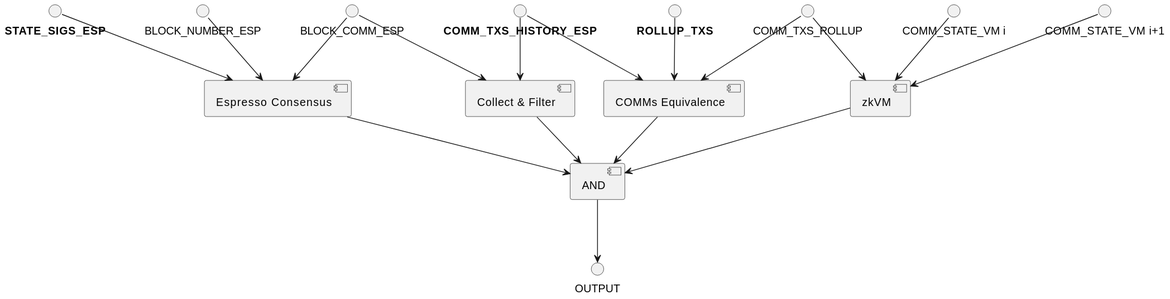
The PlantUML diagram doc/zk-rollup-circuit.svg in EspressoSystems/espresso-sequencer, before a commit.
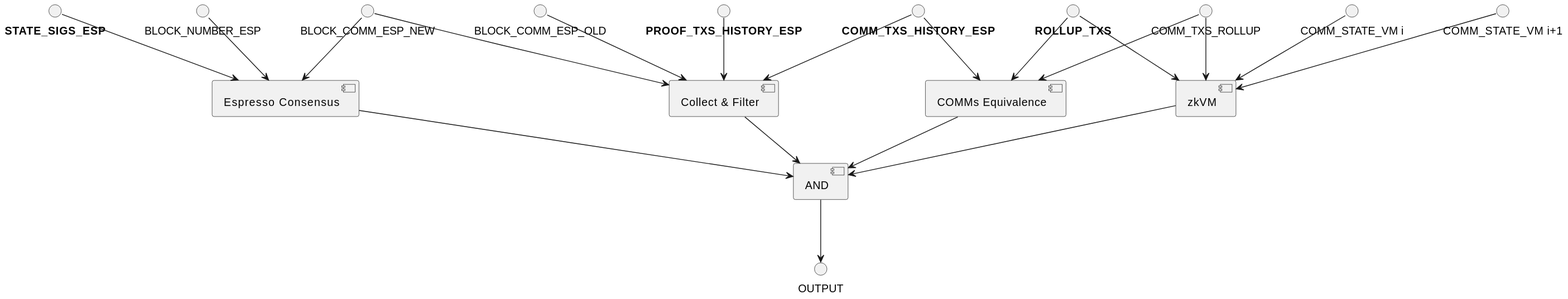
Above is the later version.

What changed in the source:
```diff
@@ -5,12 +5,16 @@
 [AND] as AND
 
 [zkVM] as ZK
-BLOCK_COMM_ESP --> EspCons
+BLOCK_COMM_ESP_NEW --> EspCons
 "<b>STATE_SIGS_ESP</b>" --> EspCons
 BLOCK_NUMBER_ESP --> EspCons
 
-BLOCK_COMM_ESP --> CF
+
+BLOCK_COMM_ESP_OLD --> CF
+BLOCK_COMM_ESP_NEW --> CF
+"<b>PROOF_TXS_HISTORY_ESP</b>" --> CF
 "<b>ROLLUP_TXS</b>" --> CE
+"<b>ROLLUP_TXS</b>" --> ZK
 
 COMM_TXS_ROLLUP --> CE
 "<b>COMM_TXS_HISTORY_ESP</b>" --> CE
```
